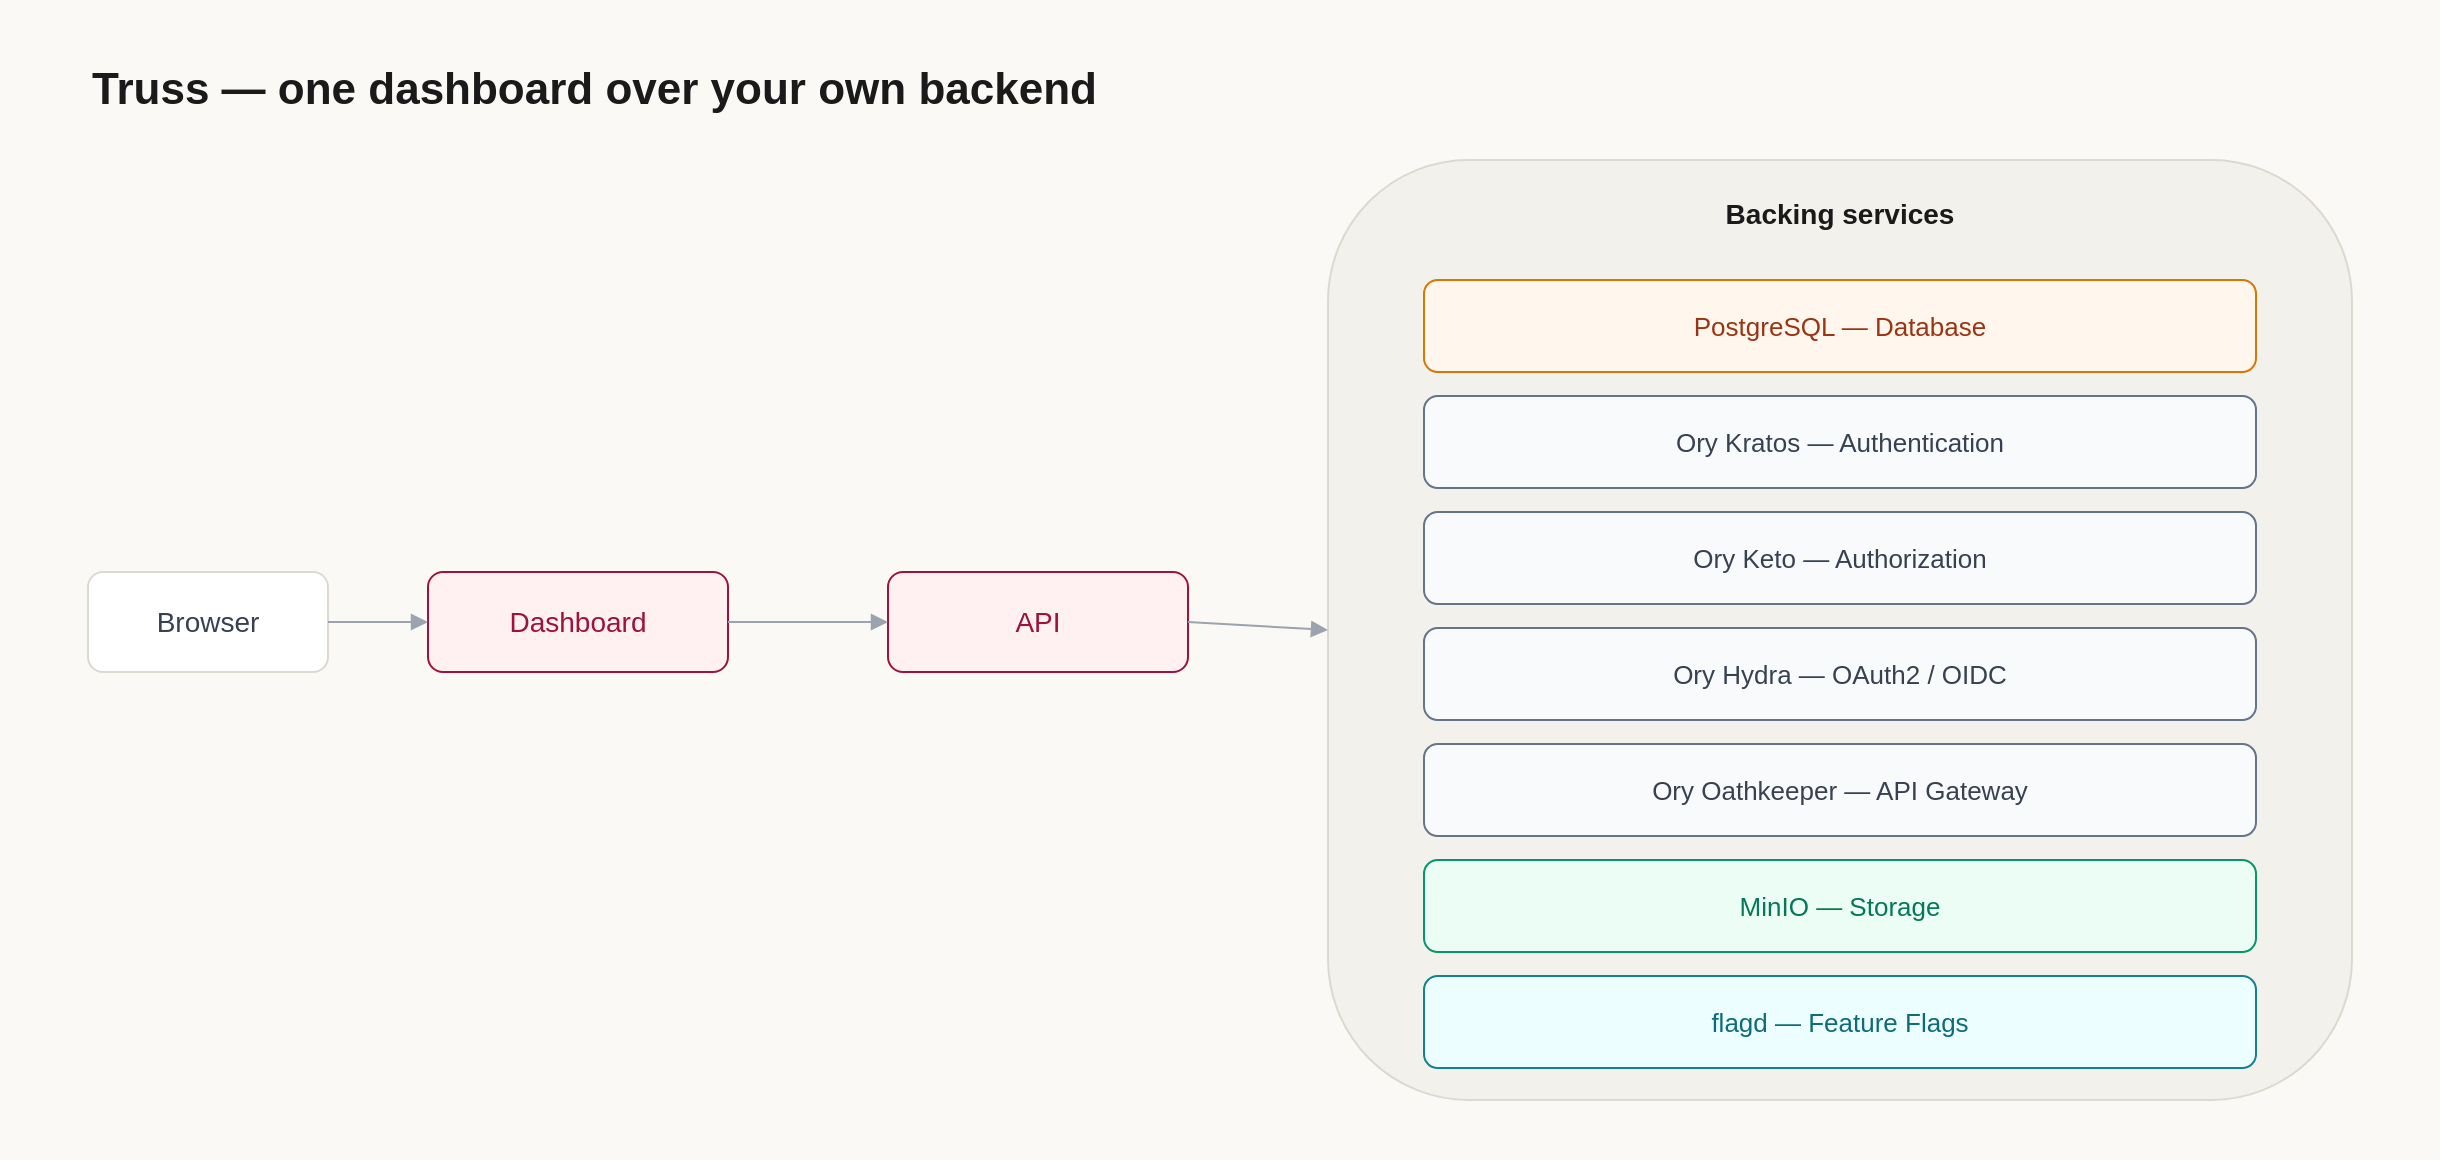
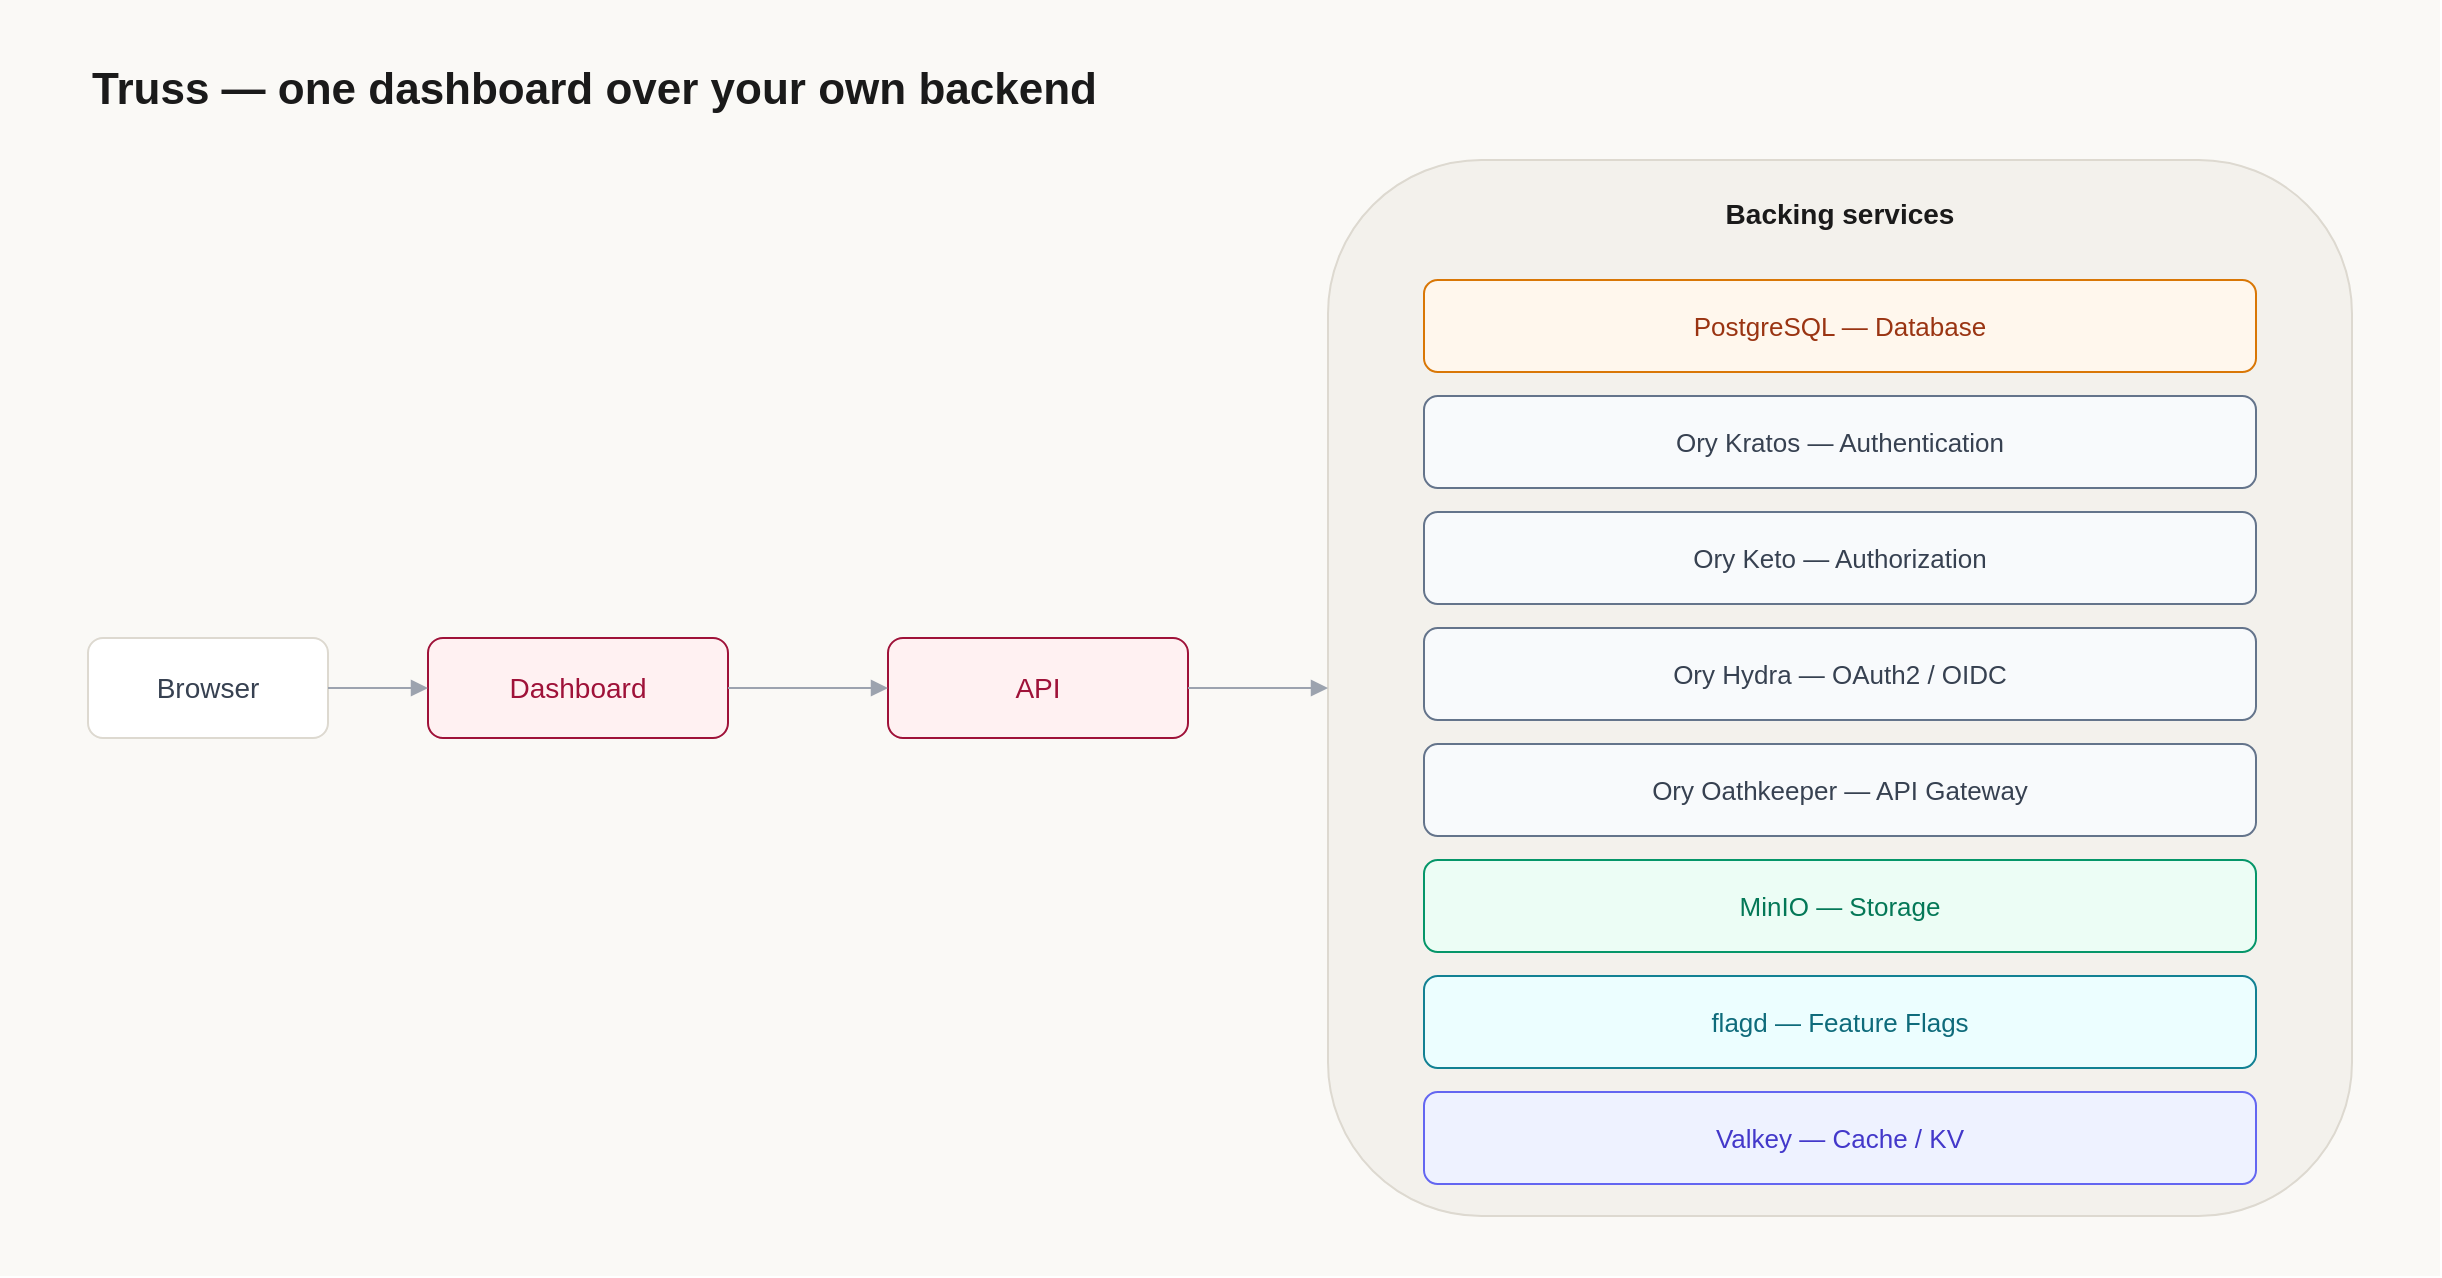
<mxfile host="truss" type="device">
  <diagram name="Architecture" id="truss-arch">
-     <mxGraphModel dx="1240" dy="640" grid="0" gridSize="10" guides="1" tooltips="1" connect="1" arrows="1" fold="1" page="1" pageScale="1" pageWidth="1220" pageHeight="580" math="0" shadow="0">
+     <mxGraphModel dx="1240" dy="640" grid="0" gridSize="10" guides="1" tooltips="1" connect="1" arrows="1" fold="1" page="1" pageScale="1" pageWidth="1220" pageHeight="638" math="0" shadow="0">
      <root>
        <mxCell id="0" />
        <mxCell id="1" parent="0" />

        <mxCell id="bg" value="" style="rounded=0;html=1;fillColor=#faf9f6;strokeColor=none;" vertex="1" parent="1">
-           <mxGeometry x="0" y="0" width="1220" height="580" as="geometry" />
+           <mxGeometry x="0" y="0" width="1220" height="638" as="geometry" />
        </mxCell>

        <mxCell id="title" value="Truss — one dashboard over your own backend" style="text;html=1;align=left;verticalAlign=middle;fontColor=#1a1a1a;fontSize=22;fontStyle=1;" vertex="1" parent="1">
          <mxGeometry x="44" y="28" width="900" height="34" as="geometry" />
        </mxCell>

        <mxCell id="browser" value="Browser" style="rounded=1;whiteSpace=wrap;html=1;fillColor=#ffffff;strokeColor=#ddd9d0;fontColor=#374151;fontSize=14;" vertex="1" parent="1">
-           <mxGeometry x="44" y="286" width="120" height="50" as="geometry" />
+           <mxGeometry x="44" y="319" width="120" height="50" as="geometry" />
        </mxCell>
        <mxCell id="dashboard" value="Dashboard" style="rounded=1;whiteSpace=wrap;html=1;fillColor=#fff1f2;strokeColor=#9f1239;fontColor=#9f1239;fontSize=14;" vertex="1" parent="1">
-           <mxGeometry x="214" y="286" width="150" height="50" as="geometry" />
+           <mxGeometry x="214" y="319" width="150" height="50" as="geometry" />
        </mxCell>
        <mxCell id="api" value="API" style="rounded=1;whiteSpace=wrap;html=1;fillColor=#fff1f2;strokeColor=#9f1239;fontColor=#9f1239;fontSize=14;" vertex="1" parent="1">
-           <mxGeometry x="444" y="286" width="150" height="50" as="geometry" />
+           <mxGeometry x="444" y="319" width="150" height="50" as="geometry" />
        </mxCell>

        <mxCell id="svc" value="Backing services" style="rounded=1;whiteSpace=wrap;html=1;fillColor=#f3f1ec;strokeColor=#ddd9d0;fontColor=#1a1a1a;verticalAlign=top;align=center;spacingTop=12;fontSize=14;fontStyle=1;" vertex="1" parent="1">
-           <mxGeometry x="664" y="80" width="512" height="470" as="geometry" />
+           <mxGeometry x="664" y="80" width="512" height="528" as="geometry" />
        </mxCell>
        <mxCell id="pg" value="PostgreSQL — Database" style="rounded=1;whiteSpace=wrap;html=1;align=center;verticalAlign=middle;fillColor=#fff7ed;strokeColor=#d97706;fontColor=#9a3412;fontSize=13;" vertex="1" parent="1">
          <mxGeometry x="712" y="140" width="416" height="46" as="geometry" />
        </mxCell>
        <mxCell id="kratos" value="Ory Kratos — Authentication" style="rounded=1;whiteSpace=wrap;html=1;align=center;verticalAlign=middle;fillColor=#f8fafc;strokeColor=#64748b;fontColor=#374151;fontSize=13;" vertex="1" parent="1">
          <mxGeometry x="712" y="198" width="416" height="46" as="geometry" />
        </mxCell>
        <mxCell id="keto" value="Ory Keto — Authorization" style="rounded=1;whiteSpace=wrap;html=1;align=center;verticalAlign=middle;fillColor=#f8fafc;strokeColor=#64748b;fontColor=#374151;fontSize=13;" vertex="1" parent="1">
          <mxGeometry x="712" y="256" width="416" height="46" as="geometry" />
        </mxCell>
        <mxCell id="hydra" value="Ory Hydra — OAuth2 / OIDC" style="rounded=1;whiteSpace=wrap;html=1;align=center;verticalAlign=middle;fillColor=#f8fafc;strokeColor=#64748b;fontColor=#374151;fontSize=13;" vertex="1" parent="1">
          <mxGeometry x="712" y="314" width="416" height="46" as="geometry" />
        </mxCell>
        <mxCell id="oathkeeper" value="Ory Oathkeeper — API Gateway" style="rounded=1;whiteSpace=wrap;html=1;align=center;verticalAlign=middle;fillColor=#f8fafc;strokeColor=#64748b;fontColor=#374151;fontSize=13;" vertex="1" parent="1">
          <mxGeometry x="712" y="372" width="416" height="46" as="geometry" />
        </mxCell>
        <mxCell id="minio" value="MinIO — Storage" style="rounded=1;whiteSpace=wrap;html=1;align=center;verticalAlign=middle;fillColor=#ecfdf5;strokeColor=#059669;fontColor=#047857;fontSize=13;" vertex="1" parent="1">
          <mxGeometry x="712" y="430" width="416" height="46" as="geometry" />
        </mxCell>
        <mxCell id="flagd" value="flagd — Feature Flags" style="rounded=1;whiteSpace=wrap;html=1;align=center;verticalAlign=middle;fillColor=#ecfeff;strokeColor=#128193;fontColor=#0e6b7b;fontSize=13;" vertex="1" parent="1">
          <mxGeometry x="712" y="488" width="416" height="46" as="geometry" />
        </mxCell>
+         <mxCell id="valkey" value="Valkey — Cache / KV" style="rounded=1;whiteSpace=wrap;html=1;align=center;verticalAlign=middle;fillColor=#eef2ff;strokeColor=#6366f1;fontColor=#4338ca;fontSize=13;" vertex="1" parent="1">
+           <mxGeometry x="712" y="546" width="416" height="46" as="geometry" />
+         </mxCell>

        <mxCell id="e1" style="html=1;strokeColor=#9ca3af;endArrow=block;rounded=0;exitX=1;exitY=0.5;exitDx=0;exitDy=0;entryX=0;entryY=0.5;entryDx=0;entryDy=0;" edge="1" parent="1" source="browser" target="dashboard">
          <mxGeometry relative="1" as="geometry" />
        </mxCell>
        <mxCell id="e2" style="html=1;strokeColor=#9ca3af;endArrow=block;rounded=0;exitX=1;exitY=0.5;exitDx=0;exitDy=0;entryX=0;entryY=0.5;entryDx=0;entryDy=0;" edge="1" parent="1" source="dashboard" target="api">
          <mxGeometry relative="1" as="geometry" />
        </mxCell>
        <mxCell id="e3" style="html=1;strokeColor=#9ca3af;endArrow=block;rounded=0;exitX=1;exitY=0.5;exitDx=0;exitDy=0;entryX=0;entryY=0.5;entryDx=0;entryDy=0;" edge="1" parent="1" source="api" target="svc">
          <mxGeometry relative="1" as="geometry" />
        </mxCell>
      </root>
    </mxGraphModel>
  </diagram>
</mxfile>
